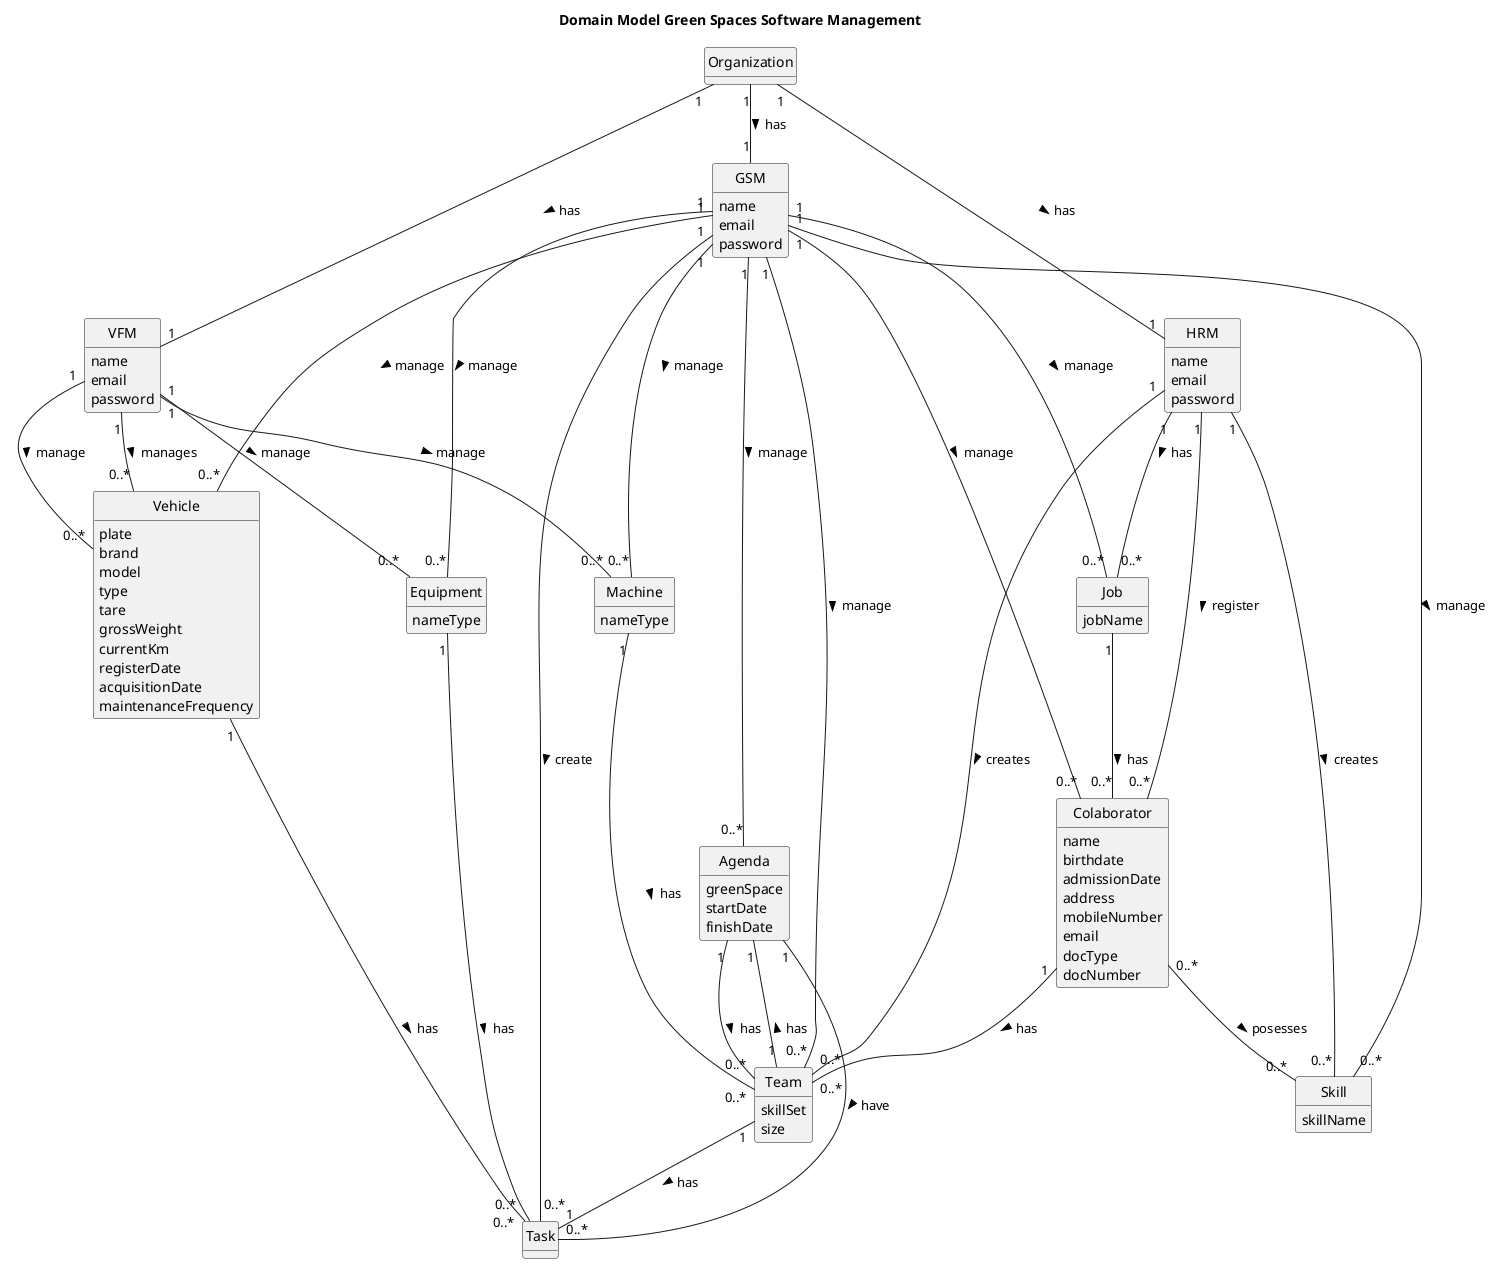
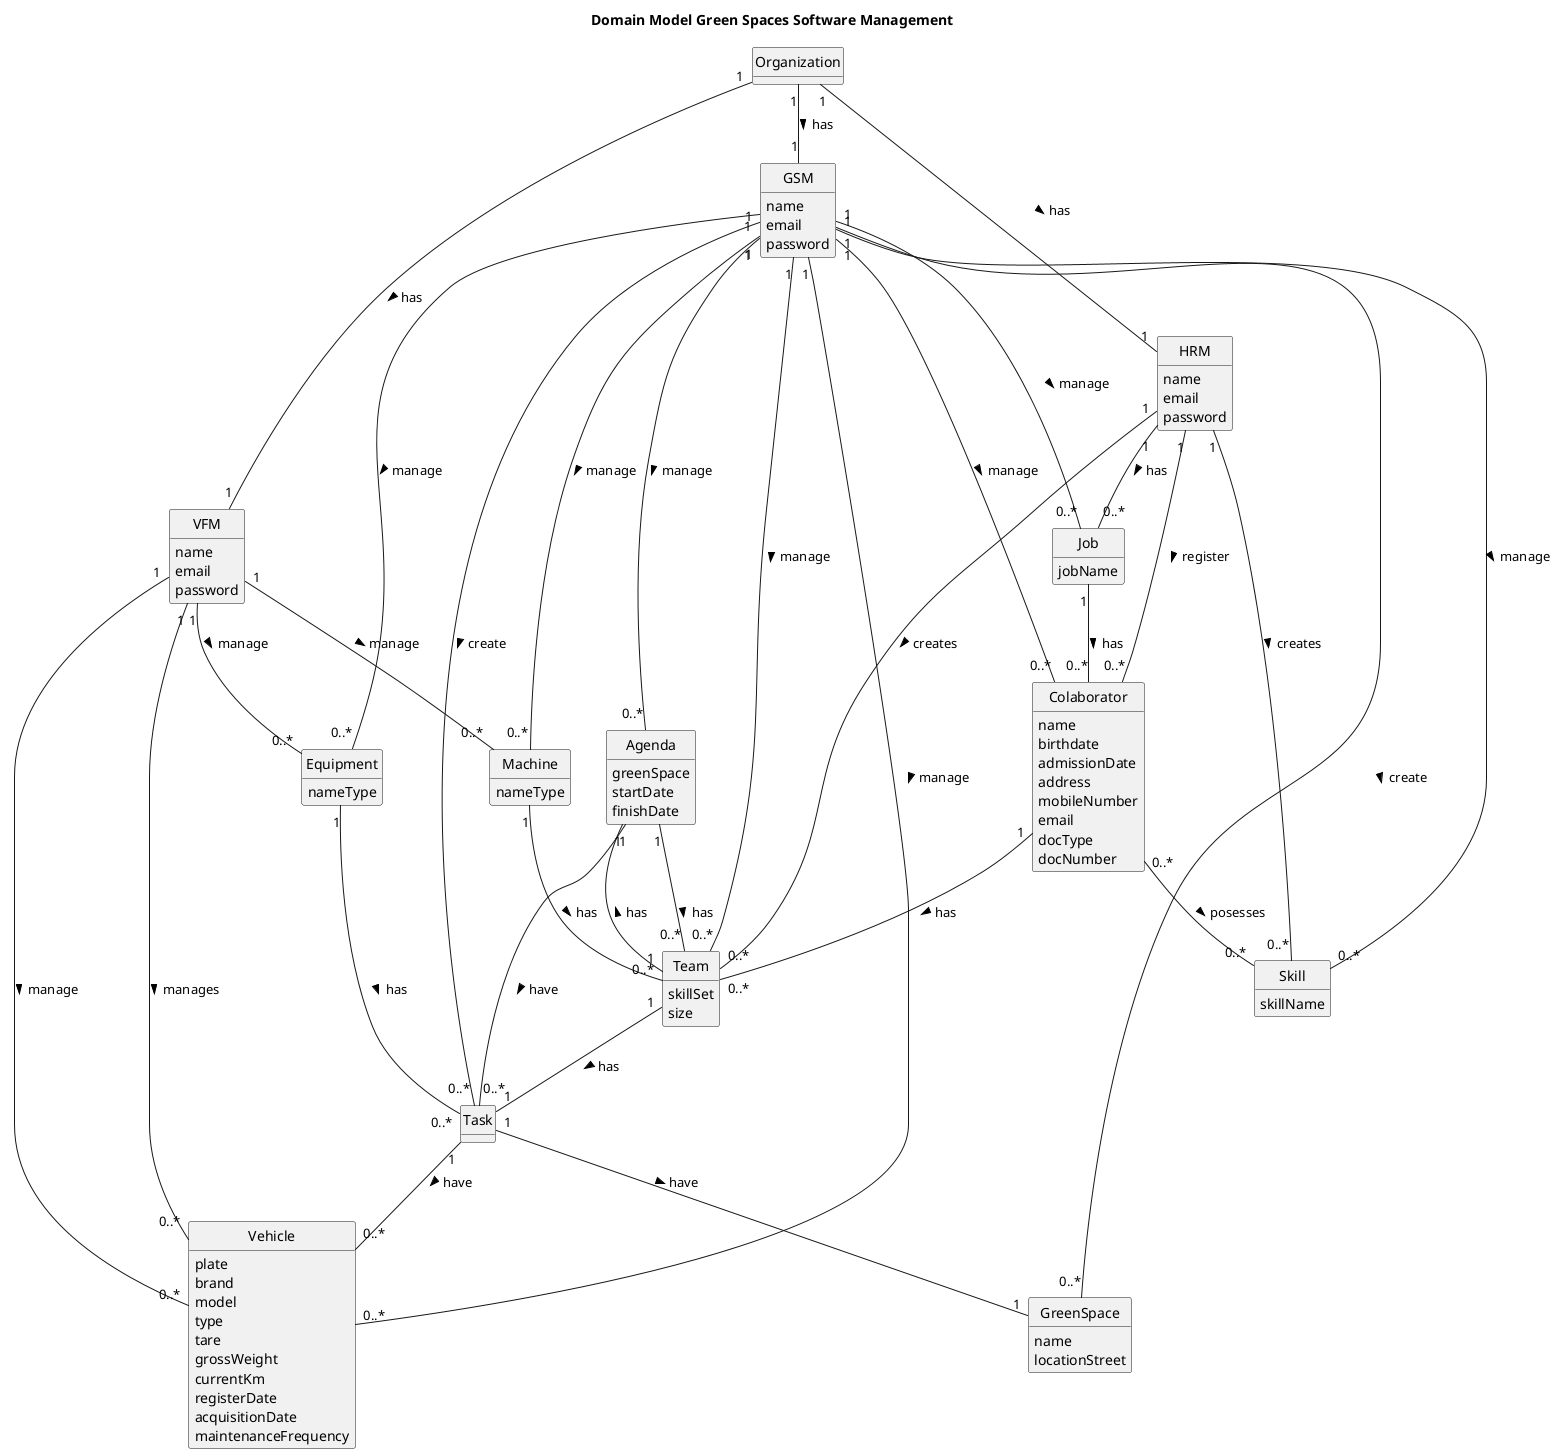
@startuml
skinparam monochrome true
skinparam packageStyle rectangle
skinparam shadowing false
'skinparam linetype ortho
'left to right direction
skinparam classAttributeIconSize 0
hide circle
hide methods
title Domain Model Green Spaces Software Management

'class Platform {
'  -description
'}

class Organization {
+ }
+ 
+ class GreenSpace{
+     name
+     locationStreet
}

class Task {
}


class HRM{
    name
    email
    password
}

class Skill{
    skillName
}

class VFM{
    name
    email
    password
}

class GSM{
    name
    email
    password
}

class Vehicle{
    plate
    brand
    model
    type
    tare
    grossWeight
    currentKm
    registerDate
    acquisitionDate
    maintenanceFrequency
}

class Agenda{
    greenSpace
    startDate
    finishDate
}

class Equipment{
    nameType
}

class Job{
    jobName
}

class Machine{
    nameType
}

class Team{
    skillSet
    size
}


class Colaborator {
    name
    birthdate
    admissionDate
    address
    mobileNumber
    email
    docType
    docNumber
}



Organization "1" -- "1" HRM : has >
Organization "1" -- "1" VFM : has >
Organization "1" -- "1" GSM : has >

HRM "1" -- "0..*" Colaborator : register >
HRM "1" -- "0..*" Job : has >
HRM "1" -- "0..*" Team : creates >
HRM "1" -- "0..*" Skill : creates >

VFM "1" -- "0..*" Vehicle : manage >
VFM "1" -- "0..*" Equipment : manage >
VFM "1" -- "0..*" Machine : manage >
VFM "1" -- "0..*" Vehicle : manages >

GSM "1" --- "0..*" Colaborator : manage >
GSM "1" --- "0..*" Vehicle : manage >
GSM "1" --- "0..*" Team : manage >
GSM "1" --- "0..*" Task : create >
GSM "1" --- "0..*" Equipment : manage >
GSM "1" --- "0..*" Job : manage >
GSM "1" --- "0..*" Machine : manage >
GSM "1" - "0..*" Agenda : manage >
GSM "1" --- "0..*" Skill : manage >
+ GSM "1" --- "0..*" GreenSpace : create >

- Vehicle "1" -- "0..*" Task : has >
+ 
+ Task "1" -- "0..*" Vehicle : have >
+ Task "1" -- "1" GreenSpace : have >

Equipment "1" -- "0..*" Task : has >

Colaborator "0..*" -- "0..*" Skill : posesses >
Colaborator "1" -- "0..*" Team : has >

Job "1" -- "0..*" Colaborator : has >

Team "1" -- "1" Task : has >
Team "1" -- "1" Agenda : has >

Machine "1" -- "0..*" Team : has >


Agenda "1" -- "0..*" Team : has >
Agenda "1" -- "0..*" Task : have >




@enduml